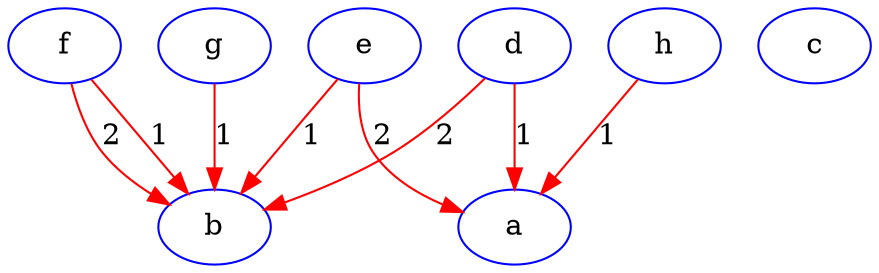
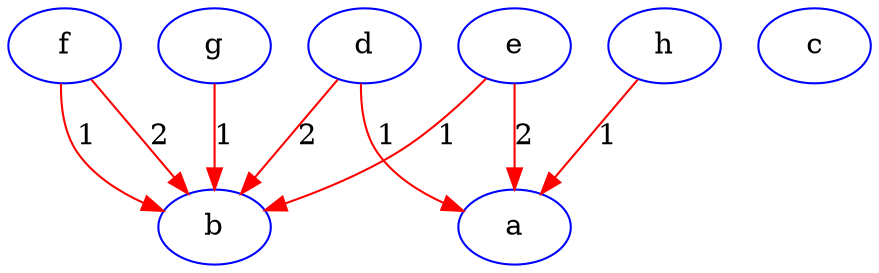
digraph G {
- 	"e"->"b"[ color=red, label=1 ];
- 	"e"->"a"[ color=red, label=2 ];
	"f"->"b"[ color=red, label=1 ];
	"f"->"b"[ color=red, label=2 ];
	"g"->"b"[ color=red, label=1 ];
	"h"->"a"[ color=red, label=1 ];
	"d"->"a"[ color=red, label=1 ];
	"d"->"b"[ color=red, label=2 ];
+ 	"e"->"b"[ color=red, label=1 ];
+ 	"e"->"a"[ color=red, label=2 ];
	"a" [ color=blue ];
	"b" [ color=blue ];
	"c" [ color=blue ];
	"d" [ color=blue ];
	"e" [ color=blue ];
	"f" [ color=blue ];
	"g" [ color=blue ];
	"h" [ color=blue ];

}

